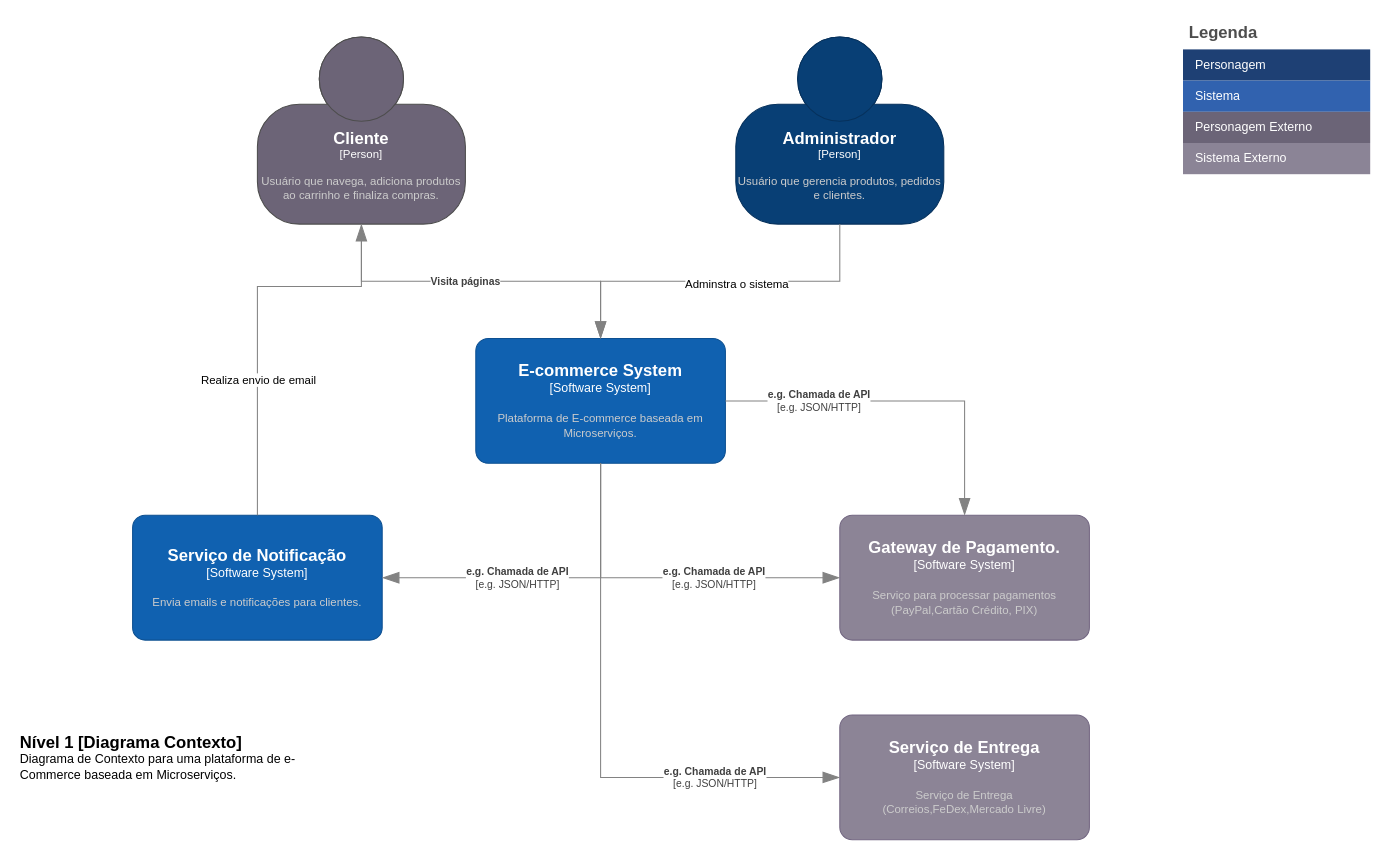
Earlier version of the draw.io diagram page "Contexto" (1 of 3) of Microservicos/Arquitetura e-commerce.drawio (cleversantoro/microservicos-arquitetura). Source tidied: cells renumbered, new cells numbered last; positions are measured from the earlier drawing's top-left corner, leaving out a move shared by most shapes. Both pictures are drawn from the tidied source at 104%, with x=0, y=0 at pixel (18, 18).
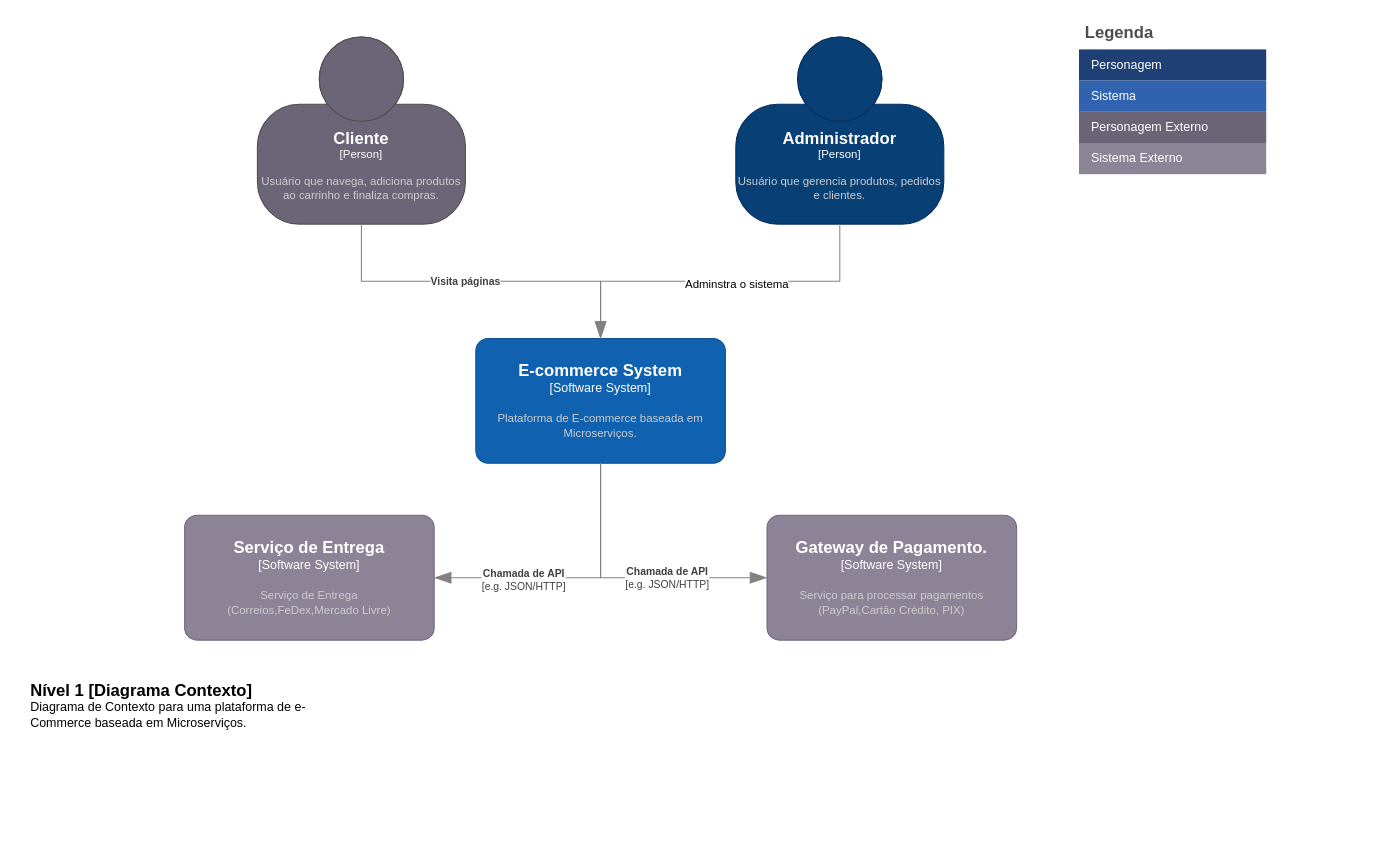
The same page after the edit.

The change refers to these unchanged cells:
```xml
<object id="2" label="&lt;font style=&quot;font-size: 16px&quot;&gt;&lt;b&gt;%c4Name%&lt;/b&gt;&lt;/font&gt;&lt;div&gt;[%c4Type%]&lt;/div&gt;&lt;br&gt;&lt;div&gt;&lt;font style=&quot;font-size: 11px&quot;&gt;&lt;font color=&quot;#cccccc&quot;&gt;%c4Description%&lt;/font&gt;&lt;/div&gt;" c4Description="Usuário que navega, adiciona produtos ao carrinho e finaliza compras." c4Name="Cliente" c4Type="Person" placeholders="1">
  <mxCell style="html=1;fontSize=11;dashed=0;whiteSpace=wrap;fillColor=#6C6477;strokeColor=#4D4D4D;fontColor=#ffffff;shape=mxgraph.c4.person2;align=center;points=[[0.5,0,0],[1,0.5,0],[1,0.75,0],[0.75,1,0],[0.5,1,0],[0.25,1,0],[0,0.75,0],[0,0.5,0]];verticalAlign=middle;fontFamily=Helvetica;" parent="1" vertex="1">
    <mxGeometry x="230" y="18" width="200" height="180" as="geometry" />
  </mxCell>
</object>
<object id="5" label="&lt;font style=&quot;font-size: 16px&quot;&gt;&lt;b&gt;%c4Name%&lt;/b&gt;&lt;/font&gt;&lt;div&gt;[%c4Type%]&lt;/div&gt;&lt;br&gt;&lt;div&gt;&lt;font style=&quot;font-size: 11px&quot;&gt;&lt;font color=&quot;#cccccc&quot;&gt;%c4Description%&lt;/font&gt;&lt;/div&gt;" c4Description="Plataforma de E-commerce baseada em Microserviços." c4Name="E-commerce System" c4Type="Software System" placeholders="1">
  <mxCell style="rounded=1;whiteSpace=wrap;html=1;labelBackgroundColor=none;fillColor=#1061B0;fontColor=#ffffff;align=center;arcSize=10;strokeColor=#0D5091;points=[[0.25,0,0],[0.5,0,0],[0.75,0,0],[1,0.25,0],[1,0.5,0],[1,0.75,0],[0.75,1,0],[0.5,1,0],[0.25,1,0],[0,0.75,0],[0,0.5,0],[0,0.25,0]];" parent="1" vertex="1">
    <mxGeometry x="440" y="308" width="240" height="120" as="geometry" />
  </mxCell>
</object>
```

What changed in the source:
```diff
@@
-    <object id="4" label="&lt;font style=&quot;font-size: 16px&quot;&gt;&lt;b&gt;%c4Name%&lt;/b&gt;&lt;/font&gt;&lt;div&gt;[%c4Type%]&lt;/div&gt;&lt;br&gt;&lt;div&gt;&lt;font style=&quot;font-size: 11px&quot;&gt;&lt;font color=&quot;#cccccc&quot;&gt;%c4Description%&lt;/font&gt;&lt;/div&gt;" c4Description="Envia emails e notificações para clientes." c4Name="Serviço de Notificação" c4Type="Software System" placeholders="1">
-      <mxCell style="rounded=1;whiteSpace=wrap;html=1;labelBackgroundColor=none;fillColor=#1061B0;fontColor=#ffffff;align=center;arcSize=10;strokeColor=#0D5091;points=[[0.25,0,0],[0.5,0,0],[0.75,0,0],[1,0.25,0],[1,0.5,0],[1,0.75,0],[0.75,1,0],[0.5,1,0],[0.25,1,0],[0,0.75,0],[0,0.5,0],[0,0.25,0]];" parent="1" vertex="1">
-        <mxGeometry x="110" y="478" width="240" height="120" as="geometry" />
-      </mxCell>
-    </object>
@@
     <object id="6" label="&lt;font style=&quot;font-size: 16px&quot;&gt;&lt;b&gt;%c4Name%&lt;/b&gt;&lt;/font&gt;&lt;div&gt;[%c4Type%]&lt;/div&gt;&lt;br&gt;&lt;div&gt;&lt;font style=&quot;font-size: 11px&quot;&gt;&lt;font color=&quot;#cccccc&quot;&gt;%c4Description%&lt;/font&gt;&lt;/div&gt;" c4Description="Serviço para processar pagamentos&#10;(PayPal,Cartão Crédito, PIX)" c4Name="Gateway de Pagamento." c4Type="Software System" placeholders="1">
       <mxCell style="rounded=1;whiteSpace=wrap;html=1;labelBackgroundColor=none;fillColor=#8C8496;fontColor=#ffffff;align=center;arcSize=10;strokeColor=#736782;points=[[0.25,0,0],[0.5,0,0],[0.75,0,0],[1,0.25,0],[1,0.5,0],[1,0.75,0],[0.75,1,0],[0.5,1,0],[0.25,1,0],[0,0.75,0],[0,0.5,0],[0,0.25,0]];" parent="1" vertex="1">
-        <mxGeometry x="790" y="478" width="240" height="120" as="geometry" />
+        <mxGeometry x="720" y="478" width="240" height="120" as="geometry" />
       </mxCell>
     </object>
     <object id="7" label="&lt;font style=&quot;font-size: 16px&quot;&gt;&lt;b&gt;&lt;div style=&quot;text-align: left&quot;&gt;%c4Name%&lt;/div&gt;&lt;/b&gt;&lt;/font&gt;&lt;div style=&quot;text-align: left&quot;&gt;%c4Description%&lt;/div&gt;" c4Description="Diagrama de Contexto para uma plataforma de e-Commerce baseada em Microserviços." c4Name="Nível 1 [Diagrama Contexto]" placeholders="1">
       <mxCell style="text;html=1;strokeColor=none;fillColor=none;align=left;verticalAlign=top;whiteSpace=wrap;rounded=0;" parent="1" vertex="1">
-        <mxGeometry y="680" width="320" height="60" as="geometry" />
+        <mxGeometry x="10" y="630" width="320" height="60" as="geometry" />
       </mxCell>
     </object>
-    <object id="8" label="&lt;div style=&quot;text-align: left&quot;&gt;&lt;div style=&quot;text-align: center&quot;&gt;&lt;b&gt;%c4Description%&lt;/b&gt;&lt;/div&gt;&lt;div style=&quot;text-align: center&quot;&gt;[%c4Technology%]&lt;/div&gt;&lt;/div&gt;" c4Description="e.g. Chamada de API" c4Technology="e.g. JSON/HTTP" placeholders="1">
+    <object id="8" label="&lt;div style=&quot;text-align: left&quot;&gt;&lt;div style=&quot;text-align: center&quot;&gt;&lt;b&gt;%c4Description%&lt;/b&gt;&lt;/div&gt;&lt;div style=&quot;text-align: center&quot;&gt;[%c4Technology%]&lt;/div&gt;&lt;/div&gt;" c4Description="Chamada de API" c4Technology="e.g. JSON/HTTP" placeholders="1">
       <mxCell style="endArrow=blockThin;html=1;fontSize=10;fontColor=#404040;strokeWidth=1;endFill=1;strokeColor=#828282;elbow=vertical;endSize=14;startSize=14;jumpStyle=arc;jumpSize=16;rounded=0;edgeStyle=orthogonalEdgeStyle;exitX=0.5;exitY=1;exitDx=0;exitDy=0;exitPerimeter=0;entryX=0;entryY=0.5;entryDx=0;entryDy=0;entryPerimeter=0;" parent="1" edge="1" source="5" target="6">
         <mxGeometry x="0.29" relative="1" as="geometry" />
       </mxCell>
     </object>
@@
-    <object id="12" label="&lt;div style=&quot;text-align: left&quot;&gt;&lt;div style=&quot;text-align: center&quot;&gt;&lt;b&gt;%c4Description%&lt;/b&gt;&lt;/div&gt;&lt;div style=&quot;text-align: center&quot;&gt;[%c4Technology%]&lt;/div&gt;&lt;/div&gt;" c4Description="e.g. Chamada de API" c4Technology="e.g. JSON/HTTP" placeholders="1">
-      <mxCell style="endArrow=blockThin;html=1;fontSize=10;fontColor=#404040;strokeWidth=1;endFill=1;strokeColor=#828282;elbow=vertical;endSize=14;startSize=14;jumpStyle=arc;jumpSize=16;rounded=0;edgeStyle=orthogonalEdgeStyle;exitX=0.5;exitY=1;exitDx=0;exitDy=0;exitPerimeter=0;entryX=1;entryY=0.5;entryDx=0;entryDy=0;entryPerimeter=0;" parent="1" edge="1" source="5" target="4">
-        <mxGeometry x="0.19" relative="1" as="geometry" />
-      </mxCell>
-    </object>
-    <mxCell id="13" style="endArrow=blockThin;html=1;fontSize=10;fontColor=#404040;strokeWidth=1;endFill=1;strokeColor=#828282;elbow=vertical;endSize=14;startSize=14;jumpStyle=arc;jumpSize=16;rounded=0;edgeStyle=orthogonalEdgeStyle;entryX=0.5;entryY=1;entryDx=0;entryDy=0;entryPerimeter=0;exitX=0.5;exitY=0;exitDx=0;exitDy=0;exitPerimeter=0;" parent="1" edge="1" source="4" target="2">
-      <mxGeometry relative="1" as="geometry">
-        <Array as="points">
-          <mxPoint x="230" y="258" />
-          <mxPoint x="330" y="258" />
-        </Array>
-      </mxGeometry>
-    </mxCell>
-    <mxCell id="14" value="Realiza envio de email" style="edgeLabel;html=1;align=center;verticalAlign=middle;" parent="13" vertex="1">
-      <mxGeometry x="-0.17" relative="1" as="geometry">
-        <mxPoint y="27" as="offset" />
-      </mxGeometry>
-    </mxCell>
-    <object id="15" label="&lt;div style=&quot;text-align: left&quot;&gt;&lt;div style=&quot;text-align: center&quot;&gt;&lt;b&gt;%c4Description%&lt;/b&gt;&lt;/div&gt;&lt;div style=&quot;text-align: center&quot;&gt;[%c4Technology%]&lt;/div&gt;&lt;/div&gt;" c4Description="e.g. Chamada de API" c4Technology="e.g. JSON/HTTP" placeholders="1">
-      <mxCell style="endArrow=blockThin;html=1;fontSize=10;fontColor=#404040;strokeWidth=1;endFill=1;strokeColor=#828282;elbow=vertical;endSize=14;startSize=14;jumpStyle=arc;jumpSize=16;rounded=0;edgeStyle=orthogonalEdgeStyle;exitX=1;exitY=0.5;exitDx=0;exitDy=0;exitPerimeter=0;entryX=0.5;entryY=0;entryDx=0;entryDy=0;entryPerimeter=0;" parent="1" edge="1" source="5" target="6">
-        <mxGeometry x="-0.47" relative="1" as="geometry" />
-      </mxCell>
-    </object>
     <mxCell id="16" value="Legenda" style="shape=table;startSize=30;childLayout=tableLayout;fontSize=16;align=left;verticalAlign=top;fillColor=none;strokeColor=none;fontColor=#4D4D4D;fontStyle=1;spacingLeft=6;spacing=0;" parent="1" vertex="1">
-      <mxGeometry x="1120" width="180" height="150" as="geometry" />
+      <mxGeometry x="1020" width="180" height="150" as="geometry" />
     </mxCell>
@@
     <object id="25" label="&lt;font style=&quot;font-size: 16px&quot;&gt;&lt;b&gt;%c4Name%&lt;/b&gt;&lt;/font&gt;&lt;div&gt;[%c4Type%]&lt;/div&gt;&lt;br&gt;&lt;div&gt;&lt;font style=&quot;font-size: 11px&quot;&gt;&lt;font color=&quot;#cccccc&quot;&gt;%c4Description%&lt;/font&gt;&lt;/div&gt;" c4Description="Serviço de Entrega &#10;(Correios,FeDex,Mercado Livre)" c4Name="Serviço de Entrega" c4Type="Software System" placeholders="1">
       <mxCell style="rounded=1;whiteSpace=wrap;html=1;labelBackgroundColor=none;fillColor=#8C8496;fontColor=#ffffff;align=center;arcSize=10;strokeColor=#736782;points=[[0.25,0,0],[0.5,0,0],[0.75,0,0],[1,0.25,0],[1,0.5,0],[1,0.75,0],[0.75,1,0],[0.5,1,0],[0.25,1,0],[0,0.75,0],[0,0.5,0],[0,0.25,0]];" parent="1" vertex="1">
-        <mxGeometry x="790" y="670" width="240" height="120" as="geometry" />
+        <mxGeometry x="160" y="478" width="240" height="120" as="geometry" />
       </mxCell>
     </object>
-    <object id="26" label="&lt;div style=&quot;text-align: left&quot;&gt;&lt;div style=&quot;text-align: center&quot;&gt;&lt;b&gt;%c4Description%&lt;/b&gt;&lt;/div&gt;&lt;div style=&quot;text-align: center&quot;&gt;[%c4Technology%]&lt;/div&gt;&lt;/div&gt;" c4Description="e.g. Chamada de API" c4Technology="e.g. JSON/HTTP" placeholders="1">
-      <mxCell style="endArrow=blockThin;html=1;fontSize=10;fontColor=#404040;strokeWidth=1;endFill=1;strokeColor=#828282;elbow=vertical;endSize=14;startSize=14;jumpStyle=arc;jumpSize=16;rounded=0;edgeStyle=orthogonalEdgeStyle;entryX=0;entryY=0.5;entryDx=0;entryDy=0;entryPerimeter=0;exitX=0.5;exitY=1;exitDx=0;exitDy=0;exitPerimeter=0;" parent="1" edge="1" source="5" target="25">
-        <mxGeometry x="0.55" relative="1" as="geometry" />
-      </mxCell>
-    </object>
+    <object id="12" label="&lt;div style=&quot;text-align: left&quot;&gt;&lt;div style=&quot;text-align: center&quot;&gt;&lt;b&gt;%c4Description%&lt;/b&gt;&lt;/div&gt;&lt;div style=&quot;text-align: center&quot;&gt;[%c4Technology%]&lt;/div&gt;&lt;/div&gt;" c4Description="Chamada de API" c4Technology="e.g. JSON/HTTP" placeholders="1">
+      <mxCell style="endArrow=blockThin;html=1;fontSize=10;fontColor=#404040;strokeWidth=1;endFill=1;strokeColor=#828282;elbow=vertical;endSize=14;startSize=14;jumpStyle=arc;jumpSize=16;rounded=0;edgeStyle=orthogonalEdgeStyle;exitX=0.5;exitY=1;exitDx=0;exitDy=0;exitPerimeter=0;entryX=1;entryY=0.5;entryDx=0;entryDy=0;entryPerimeter=0;" parent="1" edge="1" source="5" target="25">
+        <mxGeometry x="0.36" y="2" relative="1" as="geometry">
+          <Array as="points">
+            <mxPoint x="560" y="538" />
+          </Array>
+        </mxGeometry>
+      </mxCell>
+    </object>
```
